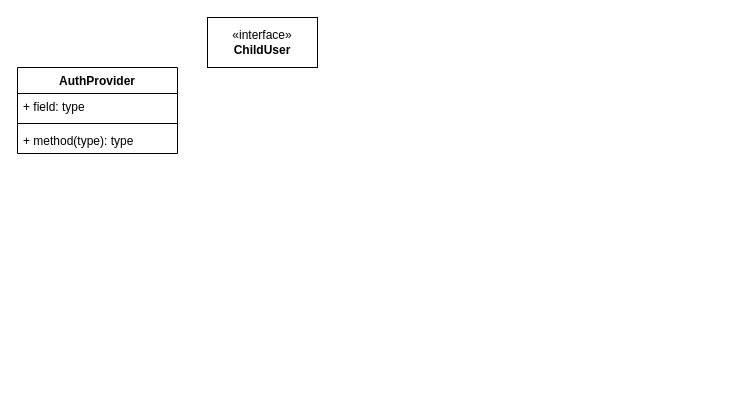
Before: iriomote-ecotourism.drawio in kaoru387/draw.io, a draw.io diagram. Source tidied: cells renumbered, new cells numbered last; positions are measured from the earlier drawing's top-left corner, leaving out a move shared by most shapes. Both pictures are drawn from the tidied source at 100%, with x=0, y=0 at pixel (17, 17).
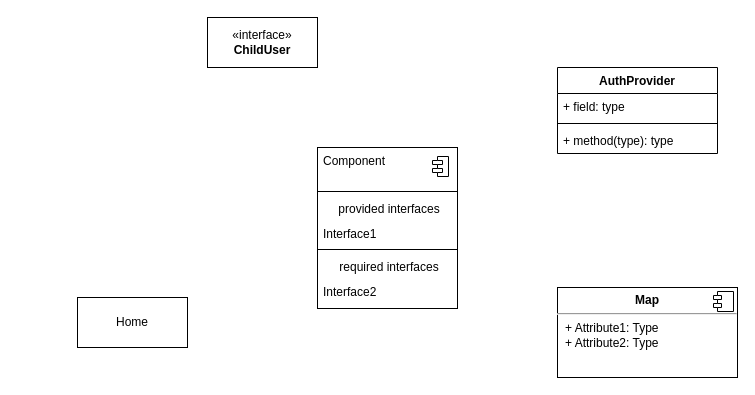
After the change.

Commit message (it also covers changes not shown here):
iriomote-ecotourism.drawio を更新します

What changed in the source:
```diff
@@
+    <mxCell id="6" value="«interface»&lt;br&gt;&lt;b&gt;ChildUser&lt;/b&gt;" style="html=1;whiteSpace=wrap;" parent="1" vertex="1">
+      <mxGeometry x="190" width="110" height="50" as="geometry" />
+    </mxCell>
     <mxCell id="2" value="AuthProvider" style="swimlane;fontStyle=1;align=center;verticalAlign=top;horizontal=1;startSize=26;whiteSpace=wrap;html=1;" parent="1" vertex="1">
-      <mxGeometry y="50" width="160" height="86" as="geometry" />
+      <mxGeometry x="540" y="50" width="160" height="86" as="geometry" />
     </mxCell>
@@
-    <mxCell id="6" value="«interface»&lt;br&gt;&lt;b&gt;ChildUser&lt;/b&gt;" style="html=1;whiteSpace=wrap;" parent="1" vertex="1">
-      <mxGeometry x="190" width="110" height="50" as="geometry" />
-    </mxCell>
+    <mxCell id="7" value="Home" style="html=1;whiteSpace=wrap;" parent="1" vertex="1">
+      <mxGeometry x="60" y="280" width="110" height="50" as="geometry" />
+    </mxCell>
+    <mxCell id="8" value="&lt;p style=&quot;margin:0px;margin-top:6px;text-align:center;&quot;&gt;&lt;b&gt;Map&lt;/b&gt;&lt;/p&gt;&lt;hr&gt;&lt;p style=&quot;margin:0px;margin-left:8px;&quot;&gt;+ Attribute1: Type&lt;br&gt;+ Attribute2: Type&lt;/p&gt;" style="align=left;overflow=fill;html=1;whiteSpace=wrap;" parent="1" vertex="1">
+      <mxGeometry x="540" y="270" width="180" height="90" as="geometry" />
+    </mxCell>
+    <mxCell id="9" style="shape=component;jettyWidth=8;jettyHeight=4;" parent="8" vertex="1">
+      <mxGeometry x="1" width="20" height="20" relative="1" as="geometry">
+        <mxPoint x="-24" y="4" as="offset" />
+      </mxGeometry>
+    </mxCell>
+    <mxCell id="10" style="fontStyle=1;align=center;verticalAlign=top;horizontal=1;" parent="1" vertex="1">
+      <mxGeometry x="300" y="130" width="140" height="161" as="geometry" />
+    </mxCell>
+    <mxCell id="11" value="Component" style="html=1;align=left;spacingLeft=4;verticalAlign=top;strokeColor=none;fillColor=none;whiteSpace=wrap;" parent="10" vertex="1">
+      <mxGeometry width="140" height="40" as="geometry" />
+    </mxCell>
+    <mxCell id="12" style="shape=module;jettyWidth=10;jettyHeight=4;" parent="11" vertex="1">
+      <mxGeometry x="1" width="16" height="20" relative="1" as="geometry">
+        <mxPoint x="-25" y="9" as="offset" />
+      </mxGeometry>
+    </mxCell>
+    <mxCell id="13" style="line;strokeWidth=1;fillColor=none;align=left;verticalAlign=middle;spacingTop=-1;spacingLeft=3;spacingRight=3;labelPosition=right;" parent="10" vertex="1">
+      <mxGeometry y="40" width="140" height="8" as="geometry" />
+    </mxCell>
+    <mxCell id="14" value="provided interfaces" style="html=1;align=center;spacingLeft=4;verticalAlign=top;strokeColor=none;fillColor=none;whiteSpace=wrap;" parent="10" vertex="1">
+      <mxGeometry y="48" width="140" height="25" as="geometry" />
+    </mxCell>
+    <mxCell id="15" value="Interface1" style="html=1;align=left;spacingLeft=4;verticalAlign=top;strokeColor=none;fillColor=none;whiteSpace=wrap;" parent="10" vertex="1">
+      <mxGeometry y="73" width="140" height="25" as="geometry" />
+    </mxCell>
+    <mxCell id="16" style="line;strokeWidth=1;fillColor=none;align=left;verticalAlign=middle;spacingTop=-1;spacingLeft=3;spacingRight=3;labelPosition=right;" parent="10" vertex="1">
+      <mxGeometry y="98" width="140" height="8" as="geometry" />
+    </mxCell>
+    <mxCell id="17" value="required interfaces" style="html=1;align=center;spacingLeft=4;verticalAlign=top;strokeColor=none;fillColor=none;whiteSpace=wrap;" parent="10" vertex="1">
+      <mxGeometry y="106" width="140" height="25" as="geometry" />
+    </mxCell>
+    <mxCell id="18" value="Interface2" style="html=1;align=left;spacingLeft=4;verticalAlign=top;strokeColor=none;fillColor=none;whiteSpace=wrap;" parent="10" vertex="1">
+      <mxGeometry y="131" width="140" height="30" as="geometry" />
+    </mxCell>
```
